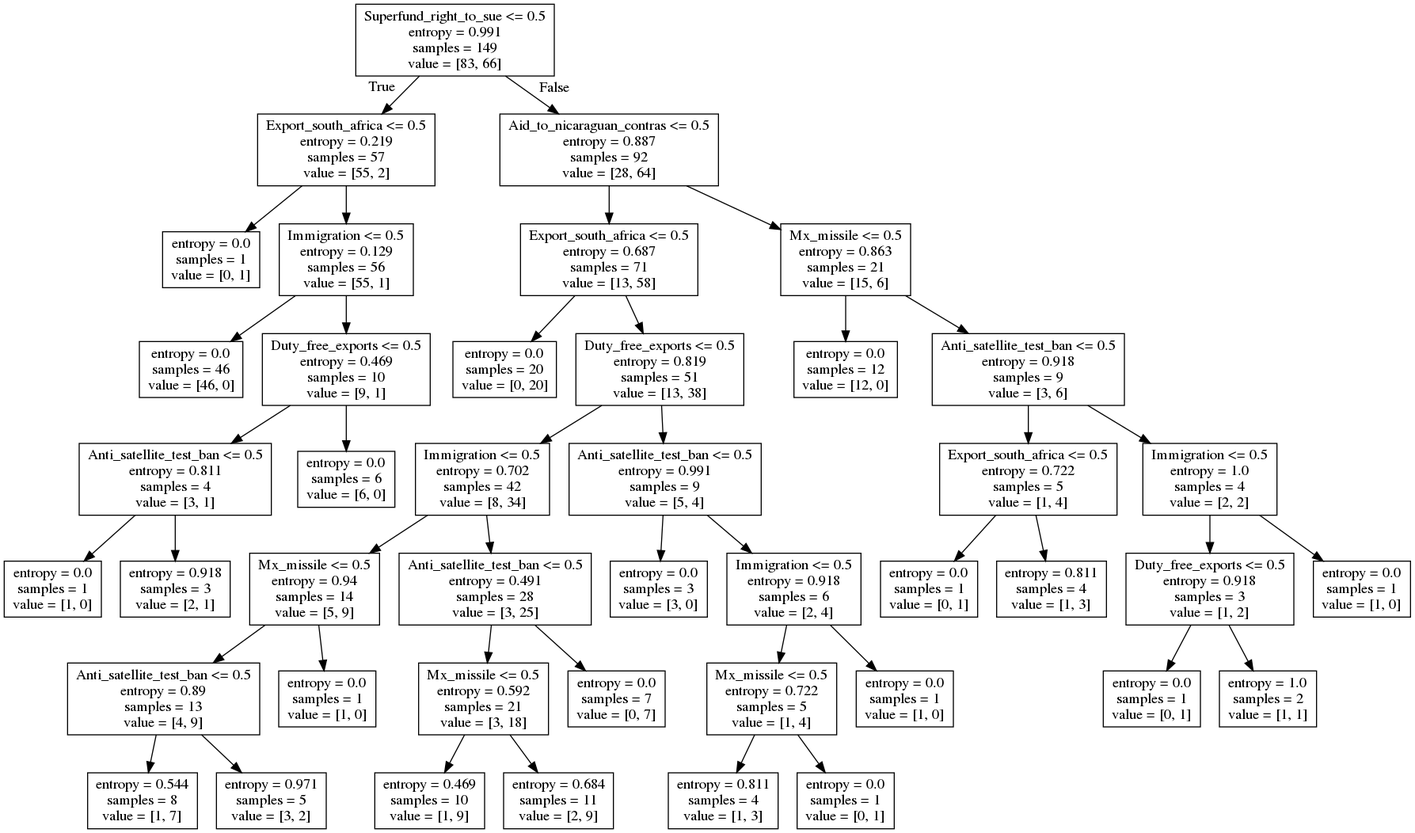
Earlier version of the Graphviz export Decision_trees/tree.png (kshitij-ingale/ML_algorithms). Its source is kept beside it as Decision_trees/tree.dot.
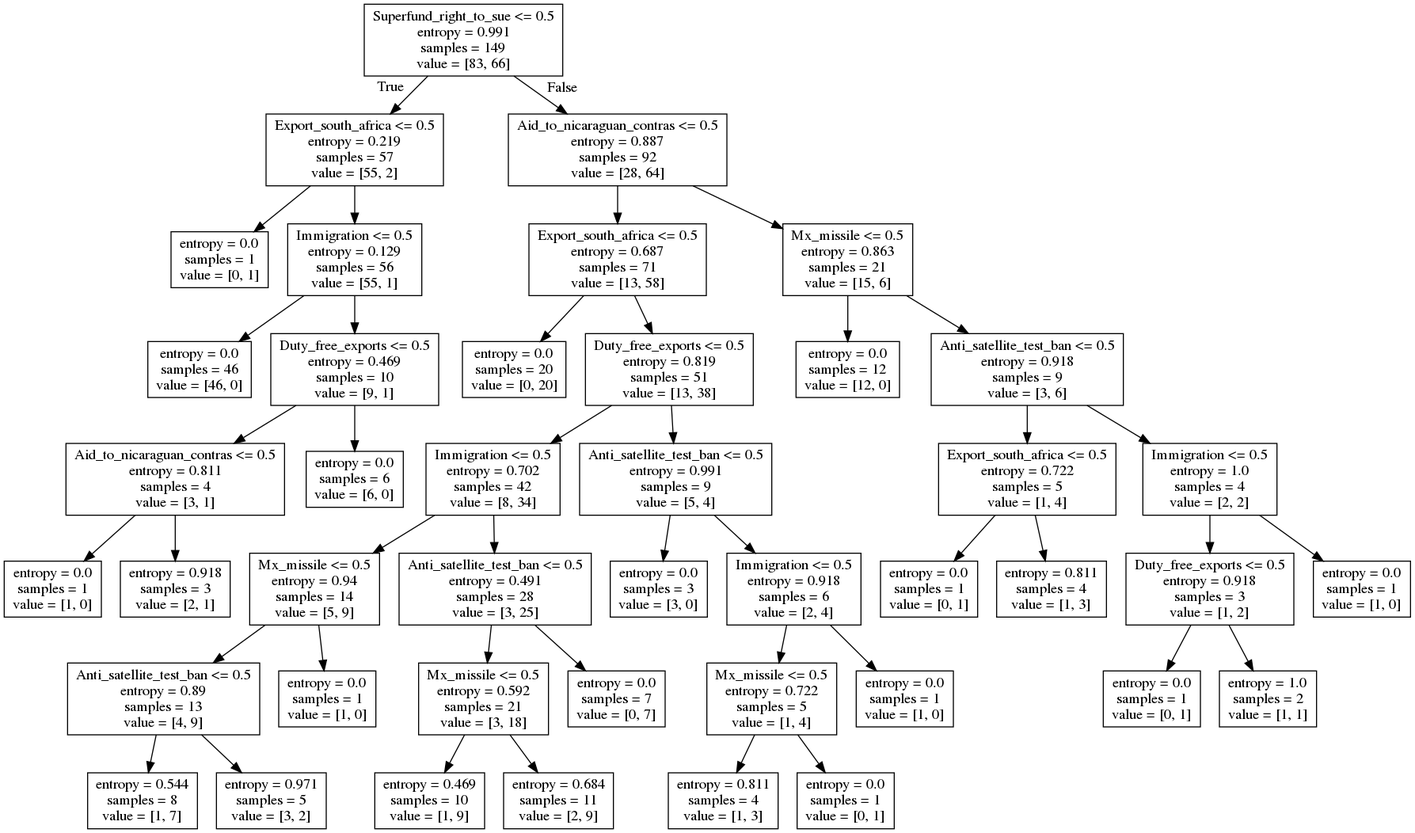
After the commit.

The edit, as a diff of the source:
```diff
@@ -11,7 +11,7 @@
 3 -> 4 ;
 5 [label="Duty_free_exports <= 0.5\nentropy = 0.469\nsamples = 10\nvalue = [9, 1]"] ;
 3 -> 5 ;
-6 [label="Anti_satellite_test_ban <= 0.5\nentropy = 0.811\nsamples = 4\nvalue = [3, 1]"] ;
+6 [label="Aid_to_nicaraguan_contras <= 0.5\nentropy = 0.811\nsamples = 4\nvalue = [3, 1]"] ;
 5 -> 6 ;
 7 [label="entropy = 0.0\nsamples = 1\nvalue = [1, 0]"] ;
 6 -> 7 ;
```
